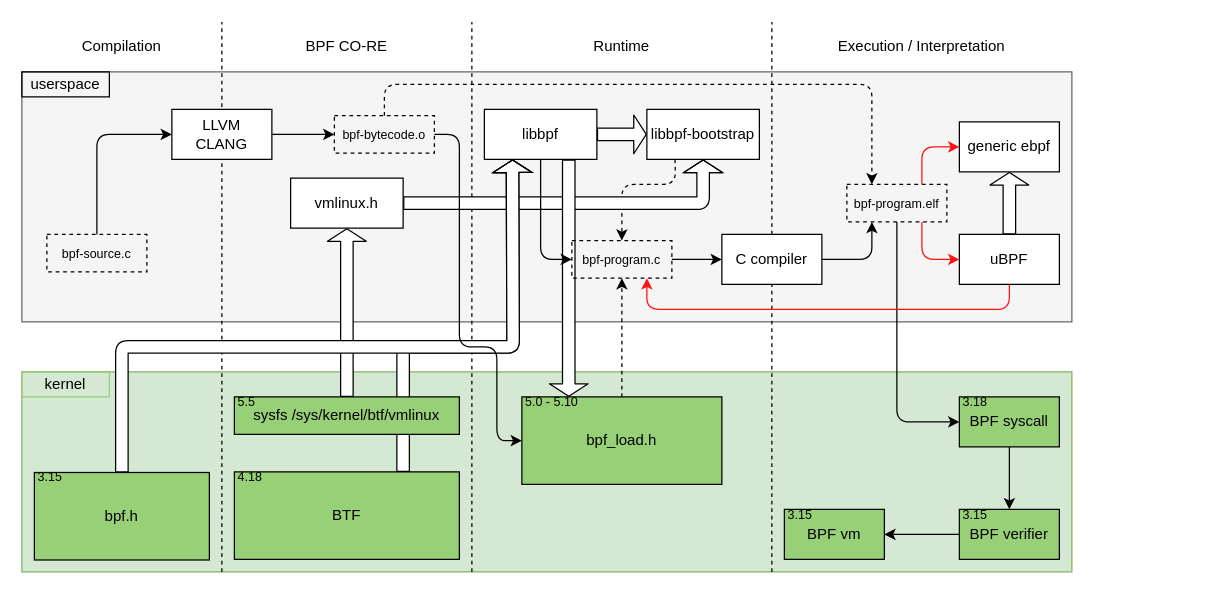
The draw.io diagram documentation/resources/drawio/bpf-landscape.drawio in Dantali0n/OpenCSD, before the edit. Source tidied: cells renumbered, new cells numbered last; positions are measured from the earlier drawing's top-left corner, leaving out a move shared by most shapes. Both pictures are drawn from the tidied source at 125%, with x=0, y=0 at pixel (21, 21).
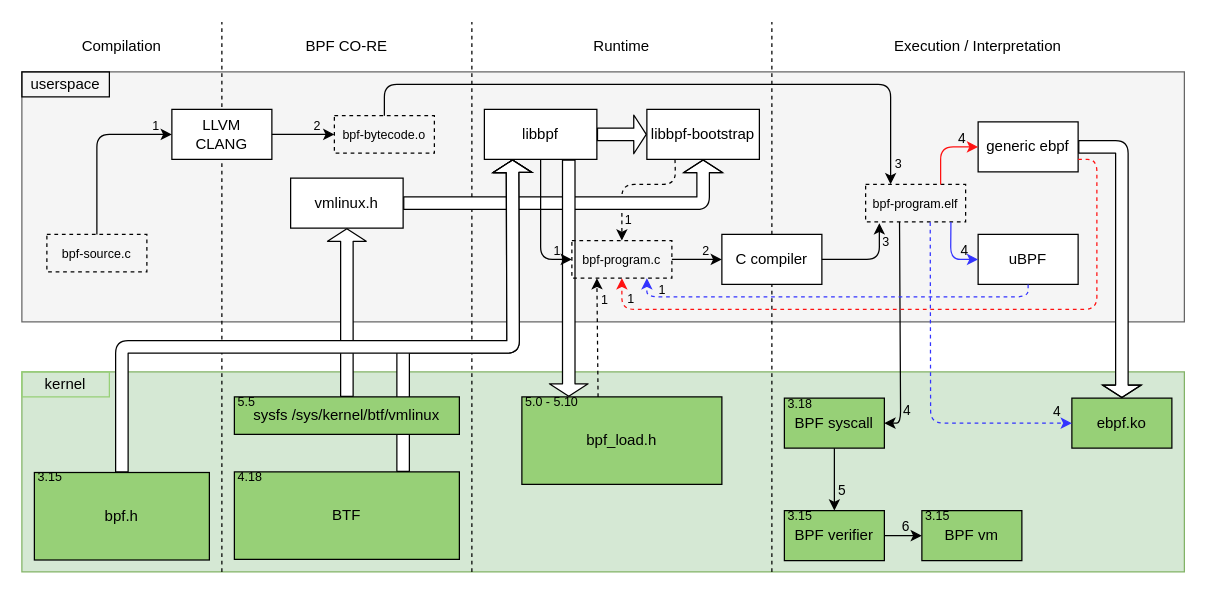
The same page after the edit.

Unchanged cells that the change refers to:
```xml
<mxCell id="19" value="BPF syscall" style="rounded=0;whiteSpace=wrap;html=1;fillColor=#97D077;" parent="18" vertex="1">
  <mxGeometry width="80" height="40" as="geometry" />
</mxCell>
<mxCell id="25" value="bpf_load.h" style="rounded=0;whiteSpace=wrap;html=1;fillColor=#97D077;" parent="24" vertex="1">
  <mxGeometry width="160" height="70" as="geometry" />
</mxCell>
<mxCell id="36" value="BPF verifier" style="rounded=0;whiteSpace=wrap;html=1;fillColor=#97D077;" parent="35" vertex="1">
  <mxGeometry width="80" height="40" as="geometry" />
</mxCell>
<mxCell id="40" value="BPF vm" style="rounded=0;whiteSpace=wrap;html=1;fillColor=#97D077;" parent="39" vertex="1">
  <mxGeometry width="80" height="40" as="geometry" />
</mxCell>
<mxCell id="43" style="endArrow=classic;html=1;fillColor=#ffffff;fontSize=10;exitX=0.5;exitY=0;exitDx=0;exitDy=0;entryX=0;entryY=0.5;entryDx=0;entryDy=0;" parent="1" edge="1" source="42" target="13">
  <mxGeometry relative="1" as="geometry">
    <Array as="points">
      <mxPoint x="60" y="90" />
    </Array>
  </mxGeometry>
</mxCell>
<mxCell id="44" value="bpf-bytecode.o" style="rounded=0;whiteSpace=wrap;html=1;strokeColor=#000000;fillColor=none;gradientColor=none;fontSize=10;align=center;dashed=1;" parent="1" vertex="1">
  <mxGeometry x="250" y="75" width="80" height="30" as="geometry" />
</mxCell>
<mxCell id="45" style="endArrow=classic;html=1;fillColor=#ffffff;fontSize=10;exitX=1;exitY=0.5;exitDx=0;exitDy=0;entryX=0;entryY=0.5;entryDx=0;entryDy=0;" parent="1" edge="1" source="13" target="44">
  <mxGeometry relative="1" as="geometry" />
</mxCell>
<mxCell id="46" value="C compiler" style="rounded=0;whiteSpace=wrap;html=1;" parent="1" vertex="1">
  <mxGeometry x="560" y="170" width="80" height="40" as="geometry" />
</mxCell>
<mxCell id="48" style="endArrow=classic;html=1;fillColor=#ffffff;fontSize=10;exitX=0.25;exitY=1;exitDx=0;exitDy=0;entryX=0.5;entryY=0;entryDx=0;entryDy=0;dashed=1;" parent="1" edge="1" source="22" target="65">
  <mxGeometry relative="1" as="geometry">
    <Array as="points">
      <mxPoint x="523" y="130" />
      <mxPoint x="480" y="130" />
    </Array>
  </mxGeometry>
</mxCell>
<mxCell id="50" style="endArrow=classic;html=1;fillColor=#ffffff;fontSize=10;exitX=1;exitY=0.5;exitDx=0;exitDy=0;entryX=0;entryY=0.5;entryDx=0;entryDy=0;" parent="1" edge="1" source="65" target="46">
  <mxGeometry relative="1" as="geometry" />
</mxCell>
<mxCell id="62" style="endArrow=classic;html=1;fillColor=#ffffff;fontSize=10;exitX=0.5;exitY=1;exitDx=0;exitDy=0;entryX=0.5;entryY=0;entryDx=0;entryDy=0;" parent="1" edge="1" source="19" target="36">
  <mxGeometry relative="1" as="geometry" />
</mxCell>
<mxCell id="65" value="bpf-program.c" style="rounded=0;whiteSpace=wrap;html=1;strokeColor=#000000;fillColor=none;gradientColor=none;fontSize=10;align=center;dashed=1;" parent="1" vertex="1">
  <mxGeometry x="440" y="175" width="80" height="30" as="geometry" />
</mxCell>
<mxCell id="66" style="endArrow=classic;html=1;fillColor=#ffffff;fontSize=10;exitX=0.5;exitY=1;exitDx=0;exitDy=0;entryX=0;entryY=0.5;entryDx=0;entryDy=0;" parent="1" edge="1" source="21" target="65">
  <mxGeometry relative="1" as="geometry">
    <Array as="points">
      <mxPoint x="415" y="190" />
    </Array>
  </mxGeometry>
</mxCell>
```

Change to the diagram source:
```diff
@@
     <mxCell id="2" style="rounded=0;whiteSpace=wrap;html=1;fillColor=#f5f5f5;strokeColor=#666666;fontColor=#333333;" parent="1" vertex="1">
-      <mxGeometry y="40" width="840" height="200" as="geometry" />
+      <mxGeometry y="40" width="930" height="200" as="geometry" />
     </mxCell>
     <mxCell id="3" style="rounded=0;whiteSpace=wrap;html=1;fillColor=#d5e8d4;strokeColor=#82b366;" parent="1" vertex="1">
-      <mxGeometry y="280" width="840" height="160" as="geometry" />
+      <mxGeometry y="280" width="930" height="160" as="geometry" />
     </mxCell>
@@
     <mxCell id="10" value="Execution / Interpretation" style="text;html=1;strokeColor=none;fillColor=none;align=center;verticalAlign=middle;whiteSpace=wrap;rounded=0;" parent="1" vertex="1">
-      <mxGeometry x="600" y="10" width="240" height="20" as="geometry" />
+      <mxGeometry x="600" y="10" width="330" height="20" as="geometry" />
     </mxCell>
@@
     <mxCell id="14" value="uBPF" style="rounded=0;whiteSpace=wrap;html=1;" parent="1" vertex="1">
-      <mxGeometry x="750" y="170" width="80" height="40" as="geometry" />
+      <mxGeometry x="765" y="170" width="80" height="40" as="geometry" />
     </mxCell>
     <mxCell id="15" value="generic ebpf" style="rounded=0;whiteSpace=wrap;html=1;" parent="1" vertex="1">
-      <mxGeometry x="750" y="80" width="80" height="40" as="geometry" />
+      <mxGeometry x="765" y="80" width="80" height="40" as="geometry" />
     </mxCell>
-    <mxCell id="16" style="shape=flexArrow;endArrow=classic;html=1;fillColor=#ffffff;exitX=0.5;exitY=0;exitDx=0;exitDy=0;entryX=0.5;entryY=1;entryDx=0;entryDy=0;endSize=3;startSize=3;" parent="1" edge="1" source="14" target="15">
-      <mxGeometry relative="1" as="geometry" />
-    </mxCell>
     <mxCell id="17" style="group;fontSize=12;" parent="1" vertex="1">
-      <mxGeometry x="750" y="300" width="80" height="40" as="geometry" />
+      <mxGeometry x="610" y="301" width="80" height="40" as="geometry" />
     </mxCell>
@@
     <mxCell id="34" style="group;fontSize=12;" parent="1" vertex="1">
-      <mxGeometry x="750" y="390" width="80" height="40" as="geometry" />
+      <mxGeometry x="610" y="391" width="80" height="40" as="geometry" />
     </mxCell>
@@
     <mxCell id="38" style="group;fontSize=12;" parent="1" vertex="1">
-      <mxGeometry x="610" y="390" width="80" height="40" as="geometry" />
+      <mxGeometry x="720" y="391" width="80" height="40" as="geometry" />
     </mxCell>
@@
+    <mxCell id="74" value="1" style="edgeLabel;html=1;align=center;verticalAlign=middle;fontSize=10;labelBackgroundColor=none;" parent="43" vertex="1">
+      <mxGeometry x="0.84" y="2" relative="1" as="geometry">
+        <mxPoint x="-3" y="-6" as="offset" />
+      </mxGeometry>
+    </mxCell>
@@
+    <mxCell id="75" value="2" style="edgeLabel;html=1;align=center;verticalAlign=middle;fontSize=10;labelBackgroundColor=none;" parent="45" vertex="1">
+      <mxGeometry x="0.53" y="2" relative="1" as="geometry">
+        <mxPoint x="-3" y="-6" as="offset" />
+      </mxGeometry>
+    </mxCell>
@@
-    <mxCell id="47" style="endArrow=classic;html=1;fillColor=#ffffff;fontSize=10;exitX=0.5;exitY=0;exitDx=0;exitDy=0;entryX=0.5;entryY=1;entryDx=0;entryDy=0;dashed=1;" parent="1" edge="1" source="25" target="65">
+    <mxCell id="47" style="endArrow=classic;html=1;fillColor=#ffffff;fontSize=10;exitX=0.381;exitY=0.001;exitDx=0;exitDy=0;entryX=0.25;entryY=1;entryDx=0;entryDy=0;dashed=1;exitPerimeter=0;" parent="1" edge="1" source="25" target="65">
       <mxGeometry relative="1" as="geometry" />
     </mxCell>
+    <mxCell id="76" value="1" style="edgeLabel;html=1;align=center;verticalAlign=middle;fontSize=10;labelBackgroundColor=none;" parent="47" vertex="1">
+      <mxGeometry x="0.67" y="-1" relative="1" as="geometry">
+        <mxPoint x="4" as="offset" />
+      </mxGeometry>
+    </mxCell>
@@
+    <mxCell id="77" value="1" style="edgeLabel;html=1;align=center;verticalAlign=middle;fontSize=10;labelBackgroundColor=none;" parent="48" vertex="1">
+      <mxGeometry x="0.74" y="1" relative="1" as="geometry">
+        <mxPoint x="3" y="-3" as="offset" />
+      </mxGeometry>
+    </mxCell>
@@
+    <mxCell id="78" value="2" style="edgeLabel;html=1;align=center;verticalAlign=middle;fontSize=10;labelBackgroundColor=none;" parent="50" vertex="1">
+      <mxGeometry x="0.15" y="2" relative="1" as="geometry">
+        <mxPoint x="3" y="-6" as="offset" />
+      </mxGeometry>
+    </mxCell>
@@
     <mxCell id="56" value="bpf-program.elf" style="rounded=0;whiteSpace=wrap;html=1;strokeColor=#000000;fillColor=none;gradientColor=none;fontSize=10;align=center;dashed=1;" parent="1" vertex="1">
-      <mxGeometry x="660" y="130" width="80" height="30" as="geometry" />
+      <mxGeometry x="675" y="130" width="80" height="30" as="geometry" />
     </mxCell>
-    <mxCell id="57" style="endArrow=classic;html=1;fillColor=#ffffff;fontSize=10;exitX=1;exitY=0.5;exitDx=0;exitDy=0;entryX=0.25;entryY=1;entryDx=0;entryDy=0;" parent="1" edge="1" source="46" target="56">
+    <mxCell id="57" style="endArrow=classic;html=1;fillColor=#ffffff;fontSize=10;exitX=1;exitY=0.5;exitDx=0;exitDy=0;entryX=0.137;entryY=1.034;entryDx=0;entryDy=0;entryPerimeter=0;" parent="1" edge="1" source="46" target="56">
       <mxGeometry relative="1" as="geometry">
         <Array as="points">
-          <mxPoint x="680" y="190" />
+          <mxPoint x="686" y="190" />
         </Array>
       </mxGeometry>
     </mxCell>
+    <mxCell id="79" value="3" style="edgeLabel;html=1;align=center;verticalAlign=middle;fontSize=10;labelBackgroundColor=none;" parent="57" vertex="1">
+      <mxGeometry x="0.67" relative="1" as="geometry">
+        <mxPoint x="5" y="2" as="offset" />
+      </mxGeometry>
+    </mxCell>
-    <mxCell id="58" style="endArrow=classic;html=1;fillColor=#ffffff;fontSize=10;exitX=0.75;exitY=1;exitDx=0;exitDy=0;entryX=0;entryY=0.5;entryDx=0;entryDy=0;strokeColor=#FF1212;" parent="1" edge="1" source="56" target="14">
+    <mxCell id="58" style="endArrow=classic;html=1;fillColor=#ffffff;fontSize=10;exitX=0.853;exitY=1.001;exitDx=0;exitDy=0;entryX=0;entryY=0.5;entryDx=0;entryDy=0;strokeColor=#3333FF;exitPerimeter=0;" parent="1" edge="1" source="56" target="14">
       <mxGeometry relative="1" as="geometry">
         <Array as="points">
-          <mxPoint x="720" y="190" />
+          <mxPoint x="743" y="190" />
         </Array>
       </mxGeometry>
     </mxCell>
+    <mxCell id="80" value="4" style="edgeLabel;html=1;align=center;verticalAlign=middle;labelBackgroundColor=none;" parent="58" vertex="1">
+      <mxGeometry x="0.64" relative="1" as="geometry">
+        <mxPoint x="-3" y="-8" as="offset" />
+      </mxGeometry>
+    </mxCell>
     <mxCell id="59" style="endArrow=classic;html=1;fillColor=#ffffff;fontSize=10;exitX=0.75;exitY=0;exitDx=0;exitDy=0;entryX=0;entryY=0.5;entryDx=0;entryDy=0;strokeColor=#FF1212;" parent="1" edge="1" source="56" target="15">
       <mxGeometry relative="1" as="geometry">
         <Array as="points">
-          <mxPoint x="720" y="100" />
+          <mxPoint x="735" y="100" />
         </Array>
       </mxGeometry>
     </mxCell>
+    <mxCell id="81" value="4" style="edgeLabel;html=1;align=center;verticalAlign=middle;labelBackgroundColor=none;" parent="59" vertex="1">
+      <mxGeometry x="0.62" relative="1" as="geometry">
+        <mxPoint x="-3" y="-8" as="offset" />
+      </mxGeometry>
+    </mxCell>
-    <mxCell id="60" style="endArrow=classic;html=1;fillColor=#ffffff;fontSize=10;exitX=0.5;exitY=1;exitDx=0;exitDy=0;entryX=0;entryY=0.5;entryDx=0;entryDy=0;" parent="1" edge="1" source="56" target="19">
+    <mxCell id="60" style="endArrow=classic;html=1;fillColor=#ffffff;fontSize=10;exitX=0.339;exitY=1.001;exitDx=0;exitDy=0;exitPerimeter=0;" parent="1" edge="1" source="56">
       <mxGeometry relative="1" as="geometry">
+        <mxPoint x="690" y="321" as="targetPoint" />
         <Array as="points">
-          <mxPoint x="700" y="320" />
+          <mxPoint x="703" y="321" />
         </Array>
       </mxGeometry>
     </mxCell>
+    <mxCell id="82" value="4" style="edgeLabel;html=1;align=center;verticalAlign=middle;labelBackgroundColor=none;" parent="60" vertex="1">
+      <mxGeometry x="0.77" y="1" relative="1" as="geometry">
+        <mxPoint x="4" y="-4" as="offset" />
+      </mxGeometry>
+    </mxCell>
-    <mxCell id="61" style="endArrow=classic;html=1;fillColor=#ffffff;fontSize=10;exitX=0.5;exitY=0;exitDx=0;exitDy=0;entryX=0.25;entryY=0;entryDx=0;entryDy=0;dashed=1;" parent="1" edge="1" source="44" target="56">
+    <mxCell id="61" style="endArrow=classic;html=1;fillColor=#ffffff;fontSize=10;exitX=0.5;exitY=0;exitDx=0;exitDy=0;entryX=0.25;entryY=0;entryDx=0;entryDy=0;" parent="1" edge="1" source="44" target="56">
       <mxGeometry relative="1" as="geometry">
         <Array as="points">
           <mxPoint x="290" y="50" />
-          <mxPoint x="680" y="50" />
+          <mxPoint x="695" y="50" />
         </Array>
       </mxGeometry>
     </mxCell>
+    <mxCell id="83" value="3" style="edgeLabel;html=1;align=center;verticalAlign=middle;fontSize=10;labelBackgroundColor=none;" parent="61" vertex="1">
+      <mxGeometry x="0.93" y="2" relative="1" as="geometry">
+        <mxPoint x="3" as="offset" />
+      </mxGeometry>
+    </mxCell>
@@
+    <mxCell id="84" value="5" style="edgeLabel;html=1;align=center;verticalAlign=middle;labelBackgroundColor=none;" parent="62" vertex="1">
+      <mxGeometry x="0.46" y="1" relative="1" as="geometry">
+        <mxPoint x="4" y="-4" as="offset" />
+      </mxGeometry>
+    </mxCell>
-    <mxCell id="63" style="endArrow=classic;html=1;fillColor=#ffffff;fontSize=10;exitX=0;exitY=0.5;exitDx=0;exitDy=0;entryX=1;entryY=0.5;entryDx=0;entryDy=0;" parent="1" edge="1" source="36" target="40">
-      <mxGeometry relative="1" as="geometry" />
+    <mxCell id="63" style="endArrow=classic;html=1;fillColor=#ffffff;fontSize=10;exitX=1;exitY=0.5;exitDx=0;exitDy=0;" parent="1" edge="1" source="36">
+      <mxGeometry relative="1" as="geometry">
+        <mxPoint x="720" y="411" as="targetPoint" />
+      </mxGeometry>
     </mxCell>
+    <mxCell id="85" value="6" style="edgeLabel;html=1;align=center;verticalAlign=middle;labelBackgroundColor=none;" parent="63" vertex="1">
+      <mxGeometry x="0.18" relative="1" as="geometry">
+        <mxPoint x="-2" y="-8" as="offset" />
+      </mxGeometry>
+    </mxCell>
@@
+    <mxCell id="86" value="1" style="edgeLabel;html=1;align=center;verticalAlign=middle;fontSize=10;labelBackgroundColor=none;" parent="66" vertex="1">
+      <mxGeometry x="0.83" relative="1" as="geometry">
+        <mxPoint x="-4" y="-8" as="offset" />
+      </mxGeometry>
+    </mxCell>
@@
-    <mxCell id="71" style="endArrow=classic;html=1;fillColor=#ffffff;fontSize=10;exitX=0.5;exitY=1;exitDx=0;exitDy=0;entryX=0.75;entryY=1;entryDx=0;entryDy=0;strokeColor=#FF1212;" parent="1" edge="1" source="14" target="65">
+    <mxCell id="71" style="endArrow=classic;html=1;fillColor=#ffffff;fontSize=10;exitX=0.5;exitY=1;exitDx=0;exitDy=0;entryX=0.75;entryY=1;entryDx=0;entryDy=0;dashed=1;strokeColor=#3333FF;" parent="1" edge="1" source="14" target="65">
       <mxGeometry relative="1" as="geometry">
         <Array as="points">
-          <mxPoint x="790" y="230" />
-          <mxPoint x="500" y="230" />
+          <mxPoint x="805" y="220" />
+          <mxPoint x="500" y="220" />
         </Array>
       </mxGeometry>
     </mxCell>
+    <mxCell id="87" value="1" style="edgeLabel;html=1;align=center;verticalAlign=middle;fontSize=10;labelBackgroundColor=none;" parent="71" vertex="1">
+      <mxGeometry x="0.91" y="-1" relative="1" as="geometry">
+        <mxPoint x="10" y="-7" as="offset" />
+      </mxGeometry>
+    </mxCell>
@@
-    <mxCell id="73" style="endArrow=classic;html=1;fillColor=#ffffff;fontSize=10;exitX=1;exitY=0.5;exitDx=0;exitDy=0;entryX=0;entryY=0.5;entryDx=0;entryDy=0;" parent="1" edge="1" source="44" target="25">
-      <mxGeometry relative="1" as="geometry">
-        <Array as="points">
-          <mxPoint x="350" y="90" />
-          <mxPoint x="350" y="260" />
-          <mxPoint x="380" y="260" />
-          <mxPoint x="380" y="335" />
-        </Array>
-      </mxGeometry>
-    </mxCell>
+    <mxCell id="88" style="endArrow=classic;html=1;fillColor=#ffffff;fontSize=10;exitX=1;exitY=0.75;exitDx=0;exitDy=0;entryX=0.5;entryY=1;entryDx=0;entryDy=0;dashed=1;strokeColor=#FF1212;" parent="1" edge="1" source="15" target="65">
+      <mxGeometry relative="1" as="geometry">
+        <Array as="points">
+          <mxPoint x="860" y="110" />
+          <mxPoint x="860" y="230" />
+          <mxPoint x="480" y="230" />
+        </Array>
+      </mxGeometry>
+    </mxCell>
+    <mxCell id="89" value="1" style="edgeLabel;html=1;align=center;verticalAlign=middle;fontSize=10;labelBackgroundColor=none;" parent="88" vertex="1">
+      <mxGeometry x="0.91" y="-1" relative="1" as="geometry">
+        <mxPoint x="5" y="-9" as="offset" />
+      </mxGeometry>
+    </mxCell>
+    <mxCell id="90" style="group;fontSize=12;" parent="1" vertex="1">
+      <mxGeometry x="840" y="301" width="80" height="40" as="geometry" />
+    </mxCell>
+    <mxCell id="91" style="group;" parent="90" vertex="1">
+      <mxGeometry width="80" height="40" as="geometry" />
+    </mxCell>
+    <mxCell id="92" value="ebpf.ko" style="rounded=0;whiteSpace=wrap;html=1;fillColor=#97D077;" parent="91" vertex="1">
+      <mxGeometry width="80" height="40" as="geometry" />
+    </mxCell>
+    <mxCell id="93" style="endArrow=classic;html=1;fillColor=#ffffff;fontSize=10;exitX=0.646;exitY=1.011;exitDx=0;exitDy=0;exitPerimeter=0;entryX=0;entryY=0.5;entryDx=0;entryDy=0;strokeColor=#3333FF;dashed=1;" parent="1" edge="1" source="56" target="92">
+      <mxGeometry relative="1" as="geometry">
+        <Array as="points">
+          <mxPoint x="727" y="321" />
+        </Array>
+      </mxGeometry>
+    </mxCell>
+    <mxCell id="94" value="4" style="edgeLabel;html=1;align=center;verticalAlign=middle;labelBackgroundColor=none;" parent="93" vertex="1">
+      <mxGeometry x="0.91" y="2" relative="1" as="geometry">
+        <mxPoint y="-8" as="offset" />
+      </mxGeometry>
+    </mxCell>
+    <mxCell id="95" style="shape=flexArrow;endArrow=classic;html=1;fillColor=#ffffff;fontSize=10;exitX=1;exitY=0.5;exitDx=0;exitDy=0;width=10;endSize=3;entryX=0.5;entryY=0;entryDx=0;entryDy=0;" parent="1" edge="1" source="15" target="92">
+      <mxGeometry relative="1" as="geometry">
+        <Array as="points">
+          <mxPoint x="880" y="100" />
+        </Array>
+      </mxGeometry>
+    </mxCell>
```
